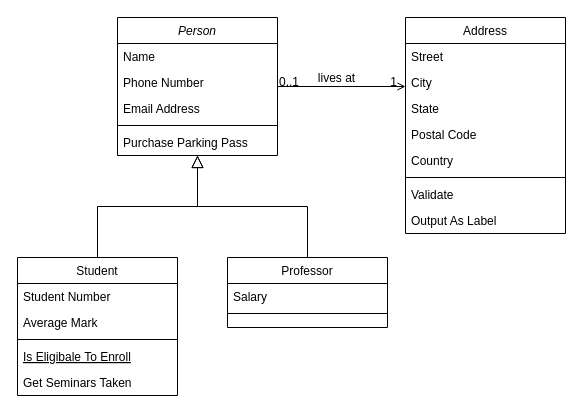
Before: Bid-The-Builder/Untitled Diagram.drawio in Jmiccolo/Bid_The_Builder, a draw.io diagram. Source tidied: cells renumbered, new cells numbered last; positions are measured from the earlier drawing's top-left corner, leaving out a move shared by most shapes. Both pictures are drawn from the tidied source at 100%, with x=0, y=0 at pixel (17, 17).
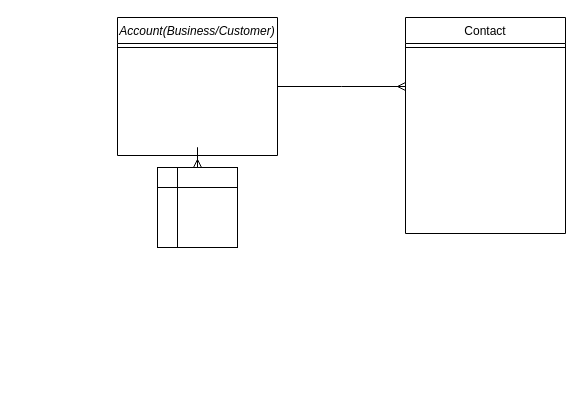
Above is the later version.

What changed in the source:
```diff
@@
+    <mxCell id="32" style="edgeStyle=orthogonalEdgeStyle;rounded=0;jettySize=auto;html=1;exitX=0.5;exitY=1;exitDx=0;exitDy=0;endArrow=ERmany;endFill=0;" parent="1" edge="1" source="2" target="33">
+      <mxGeometry relative="1" as="geometry" />
+    </mxCell>
-    <mxCell id="2" value="Person" style="swimlane;fontStyle=2;align=center;verticalAlign=top;horizontal=1;startSize=26;rounded=0;shadow=0;strokeWidth=1;" parent="1" vertex="1">
+    <mxCell id="2" value="Account(Business/Customer)" style="swimlane;fontStyle=2;align=center;verticalAlign=top;horizontal=1;startSize=26;rounded=0;shadow=0;strokeWidth=1;" parent="1" vertex="1">
       <mxGeometry x="100" width="160" height="138" as="geometry" />
     </mxCell>
-    <mxCell id="3" value="Name" style="text;align=left;verticalAlign=top;spacingLeft=4;spacingRight=4;overflow=hidden;" parent="2" vertex="1">
-      <mxGeometry y="26" width="160" height="26" as="geometry" />
-    </mxCell>
-    <mxCell id="4" value="Phone Number" style="text;align=left;verticalAlign=top;spacingLeft=4;spacingRight=4;overflow=hidden;rounded=0;shadow=0;html=0;" parent="2" vertex="1">
-      <mxGeometry y="52" width="160" height="26" as="geometry" />
-    </mxCell>
-    <mxCell id="5" value="Email Address" style="text;align=left;verticalAlign=top;spacingLeft=4;spacingRight=4;overflow=hidden;rounded=0;shadow=0;html=0;" parent="2" vertex="1">
-      <mxGeometry y="78" width="160" height="26" as="geometry" />
-    </mxCell>
     <mxCell id="6" style="line;html=1;strokeWidth=1;align=left;verticalAlign=middle;spacingTop=-1;spacingLeft=3;spacingRight=3;labelPosition=right;" parent="2" vertex="1">
-      <mxGeometry y="104" width="160" height="8" as="geometry" />
+      <mxGeometry y="26" width="160" height="8" as="geometry" />
     </mxCell>
-    <mxCell id="7" value="Purchase Parking Pass" style="text;align=left;verticalAlign=top;spacingLeft=4;spacingRight=4;overflow=hidden;" parent="2" vertex="1">
-      <mxGeometry y="112" width="160" height="26" as="geometry" />
-    </mxCell>
-    <mxCell id="8" value="Student" style="swimlane;fontStyle=0;align=center;verticalAlign=top;horizontal=1;startSize=26;rounded=0;shadow=0;strokeWidth=1;" parent="1" vertex="1">
-      <mxGeometry y="240" width="160" height="138" as="geometry" />
-    </mxCell>
-    <mxCell id="9" value="Student Number" style="text;align=left;verticalAlign=top;spacingLeft=4;spacingRight=4;overflow=hidden;" parent="8" vertex="1">
-      <mxGeometry y="26" width="160" height="26" as="geometry" />
-    </mxCell>
-    <mxCell id="10" value="Average Mark" style="text;align=left;verticalAlign=top;spacingLeft=4;spacingRight=4;overflow=hidden;rounded=0;shadow=0;html=0;" parent="8" vertex="1">
-      <mxGeometry y="52" width="160" height="26" as="geometry" />
-    </mxCell>
-    <mxCell id="11" style="line;html=1;strokeWidth=1;align=left;verticalAlign=middle;spacingTop=-1;spacingLeft=3;spacingRight=3;labelPosition=right;" parent="8" vertex="1">
-      <mxGeometry y="78" width="160" height="8" as="geometry" />
-    </mxCell>
-    <mxCell id="12" value="Is Eligibale To Enroll" style="text;align=left;verticalAlign=top;spacingLeft=4;spacingRight=4;overflow=hidden;fontStyle=4;" parent="8" vertex="1">
-      <mxGeometry y="86" width="160" height="26" as="geometry" />
-    </mxCell>
-    <mxCell id="13" value="Get Seminars Taken" style="text;align=left;verticalAlign=top;spacingLeft=4;spacingRight=4;overflow=hidden;" parent="8" vertex="1">
-      <mxGeometry y="112" width="160" height="26" as="geometry" />
-    </mxCell>
-    <mxCell id="14" style="endArrow=block;endSize=10;endFill=0;shadow=0;strokeWidth=1;rounded=0;edgeStyle=elbowEdgeStyle;elbow=vertical;" parent="1" edge="1" source="8" target="2">
-      <mxGeometry relative="1" as="geometry" />
-    </mxCell>
-    <mxCell id="15" value="Professor" style="swimlane;fontStyle=0;align=center;verticalAlign=top;horizontal=1;startSize=26;rounded=0;shadow=0;strokeWidth=1;" parent="1" vertex="1">
-      <mxGeometry x="210" y="240" width="160" height="70" as="geometry" />
-    </mxCell>
-    <mxCell id="16" value="Salary" style="text;align=left;verticalAlign=top;spacingLeft=4;spacingRight=4;overflow=hidden;" parent="15" vertex="1">
-      <mxGeometry y="26" width="160" height="26" as="geometry" />
-    </mxCell>
-    <mxCell id="17" style="line;html=1;strokeWidth=1;align=left;verticalAlign=middle;spacingTop=-1;spacingLeft=3;spacingRight=3;labelPosition=right;" parent="15" vertex="1">
-      <mxGeometry y="52" width="160" height="8" as="geometry" />
-    </mxCell>
-    <mxCell id="18" style="endArrow=block;endSize=10;endFill=0;shadow=0;strokeWidth=1;rounded=0;edgeStyle=elbowEdgeStyle;elbow=vertical;" parent="1" edge="1" source="15" target="2">
-      <mxGeometry relative="1" as="geometry" />
-    </mxCell>
-    <mxCell id="19" value="Address" style="swimlane;fontStyle=0;align=center;verticalAlign=top;horizontal=1;startSize=26;rounded=0;shadow=0;strokeWidth=1;" parent="1" vertex="1">
+    <mxCell id="19" value="Contact" style="swimlane;fontStyle=0;align=center;verticalAlign=top;horizontal=1;startSize=26;rounded=0;shadow=0;strokeWidth=1;" parent="1" vertex="1">
       <mxGeometry x="388" width="160" height="216" as="geometry" />
     </mxCell>
-    <mxCell id="20" value="Street" style="text;align=left;verticalAlign=top;spacingLeft=4;spacingRight=4;overflow=hidden;" parent="19" vertex="1">
-      <mxGeometry y="26" width="160" height="26" as="geometry" />
-    </mxCell>
-    <mxCell id="21" value="City" style="text;align=left;verticalAlign=top;spacingLeft=4;spacingRight=4;overflow=hidden;rounded=0;shadow=0;html=0;" parent="19" vertex="1">
-      <mxGeometry y="52" width="160" height="26" as="geometry" />
-    </mxCell>
-    <mxCell id="22" value="State" style="text;align=left;verticalAlign=top;spacingLeft=4;spacingRight=4;overflow=hidden;rounded=0;shadow=0;html=0;" parent="19" vertex="1">
-      <mxGeometry y="78" width="160" height="26" as="geometry" />
-    </mxCell>
-    <mxCell id="23" value="Postal Code" style="text;align=left;verticalAlign=top;spacingLeft=4;spacingRight=4;overflow=hidden;rounded=0;shadow=0;html=0;" parent="19" vertex="1">
-      <mxGeometry y="104" width="160" height="26" as="geometry" />
-    </mxCell>
-    <mxCell id="24" value="Country" style="text;align=left;verticalAlign=top;spacingLeft=4;spacingRight=4;overflow=hidden;rounded=0;shadow=0;html=0;" parent="19" vertex="1">
-      <mxGeometry y="130" width="160" height="26" as="geometry" />
-    </mxCell>
     <mxCell id="25" style="line;html=1;strokeWidth=1;align=left;verticalAlign=middle;spacingTop=-1;spacingLeft=3;spacingRight=3;labelPosition=right;" parent="19" vertex="1">
-      <mxGeometry y="156" width="160" height="8" as="geometry" />
+      <mxGeometry y="26" width="160" height="8" as="geometry" />
     </mxCell>
-    <mxCell id="26" value="Validate" style="text;align=left;verticalAlign=top;spacingLeft=4;spacingRight=4;overflow=hidden;" parent="19" vertex="1">
-      <mxGeometry y="164" width="160" height="26" as="geometry" />
-    </mxCell>
-    <mxCell id="27" value="Output As Label" style="text;align=left;verticalAlign=top;spacingLeft=4;spacingRight=4;overflow=hidden;" parent="19" vertex="1">
-      <mxGeometry y="190" width="160" height="26" as="geometry" />
-    </mxCell>
-    <mxCell id="28" style="endArrow=open;shadow=0;strokeWidth=1;rounded=0;endFill=1;edgeStyle=elbowEdgeStyle;elbow=vertical;" parent="1" edge="1" source="2" target="19">
+    <mxCell id="28" style="endArrow=ERmany;shadow=0;strokeWidth=1;rounded=0;endFill=0;edgeStyle=elbowEdgeStyle;elbow=vertical;" parent="1" edge="1" source="2" target="19">
       <mxGeometry x="0.5" y="41" relative="1" as="geometry">
         <mxPoint x="-40" y="32" as="offset" />
       </mxGeometry>
     </mxCell>
-    <mxCell id="29" value="0..1" style="align=left;verticalAlign=bottom;labelBackgroundColor=none;fontSize=12;" parent="28" vertex="1">
-      <mxGeometry x="-1" relative="1" as="geometry">
-        <mxPoint y="4" as="offset" />
-      </mxGeometry>
-    </mxCell>
-    <mxCell id="30" value="1" style="align=right;verticalAlign=bottom;labelBackgroundColor=none;fontSize=12;" parent="28" vertex="1">
-      <mxGeometry x="1" relative="1" as="geometry">
-        <mxPoint x="-7" y="4" as="offset" />
-      </mxGeometry>
-    </mxCell>
-    <mxCell id="31" value="lives at" style="text;html=1;align=center;verticalAlign=middle;labelBackgroundColor=none;rounded=0;shadow=0;strokeWidth=1;fontSize=12;" parent="28" vertex="1">
-      <mxGeometry x="0.5" y="49" relative="1" as="geometry">
-        <mxPoint x="-38" y="40" as="offset" />
-      </mxGeometry>
-    </mxCell>
+    <mxCell id="33" style="shape=internalStorage;whiteSpace=wrap;html=1;backgroundOutline=1;" parent="1" vertex="1">
+      <mxGeometry x="140" y="150" width="80" height="80" as="geometry" />
+    </mxCell>
```
